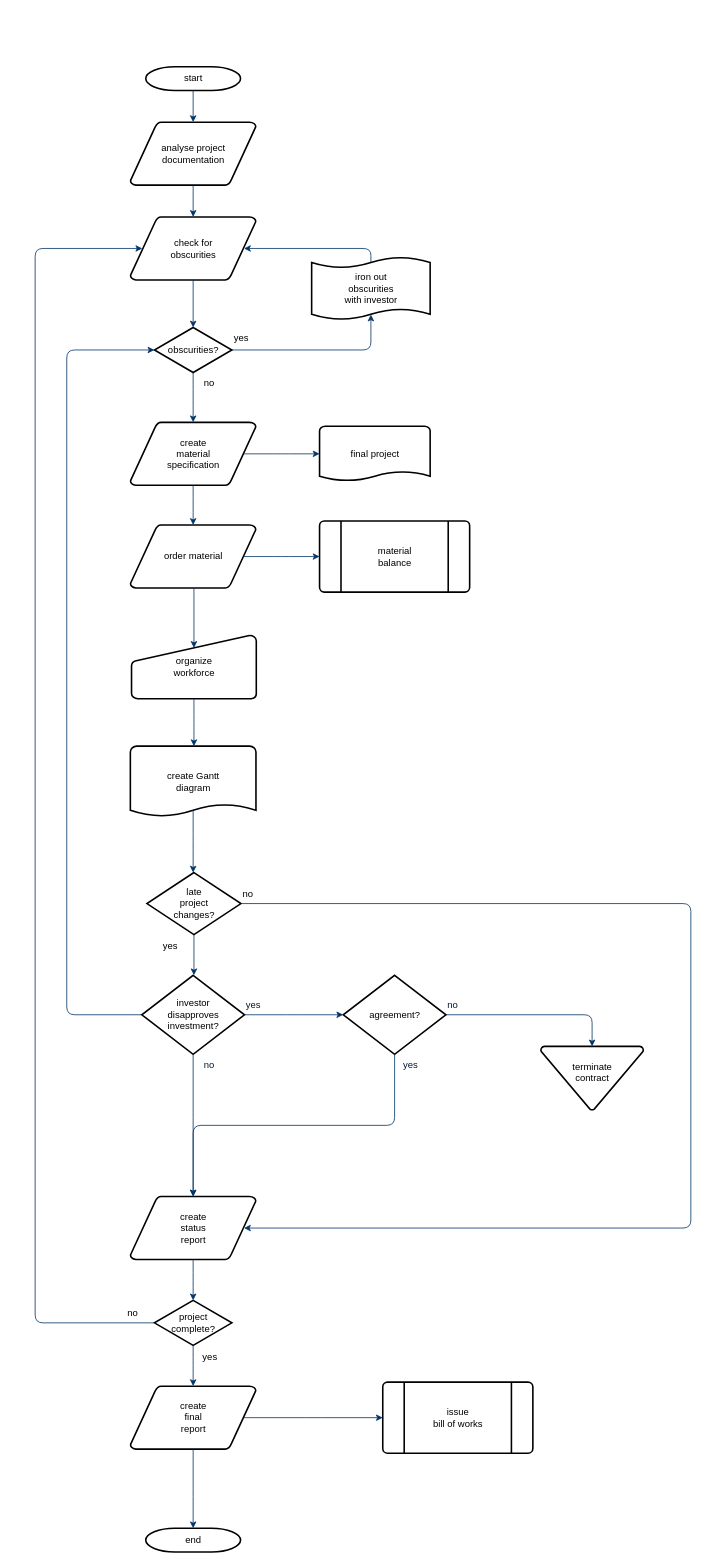
This is Untitled Diagram.drawio from Haein1/cv, a draw.io file, before an edit. Source tidied: cells renumbered, new cells numbered last; positions are measured from the earlier drawing's top-left corner, leaving out a move shared by most shapes. Both pictures are drawn from the tidied source at 79%, with x=0, y=0 at pixel (35, 66).
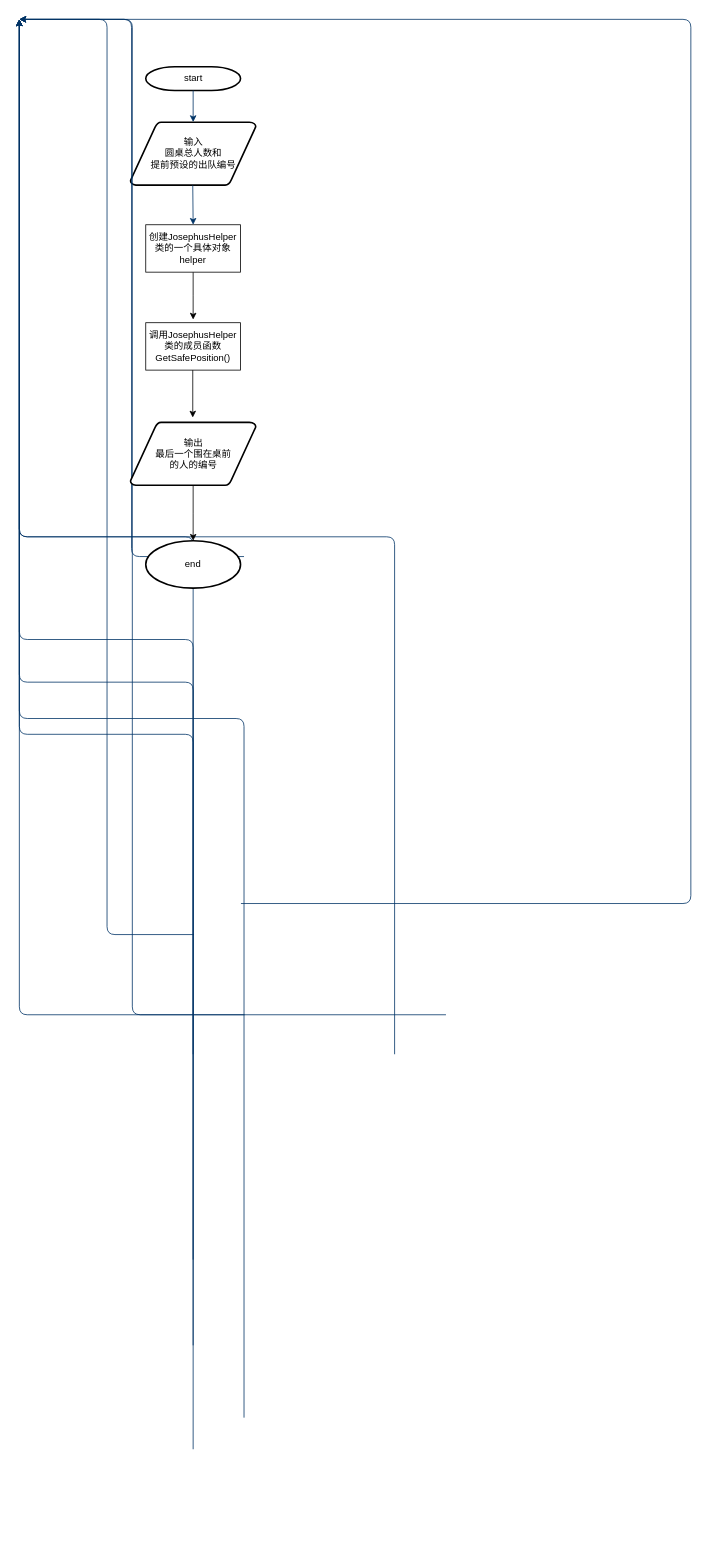
Above is the later version.

What changed in the source:
```diff
@@
-    <mxCell id="3" value="analyse project&#10; documentation" style="shape=mxgraph.flowchart.data;strokeWidth=2;gradientColor=none;gradientDirection=north;fontStyle=0;html=1;" parent="1" vertex="1">
+    <mxCell id="3" value="输入&lt;br&gt;圆桌总人数和&lt;br&gt;提前预设的出队编号" style="shape=mxgraph.flowchart.data;strokeWidth=2;gradientColor=none;gradientDirection=north;fontStyle=0;html=1;" parent="1" vertex="1">
       <mxGeometry x="120.5" y="70" width="159" height="80" as="geometry" />
     </mxCell>
-    <mxCell id="4" value="create&#10;material&#10;specification" style="shape=mxgraph.flowchart.data;strokeWidth=2;gradientColor=none;gradientDirection=north;fontStyle=0;html=1;" parent="1" vertex="1">
-      <mxGeometry x="120.5" y="450" width="159" height="80" as="geometry" />
-    </mxCell>
-    <mxCell id="5" value="check for&#10;obscurities" style="shape=mxgraph.flowchart.data;strokeWidth=2;gradientColor=none;gradientDirection=north;fontStyle=0;html=1;" parent="1" vertex="1">
-      <mxGeometry x="120.5" y="190" width="159" height="80" as="geometry" />
-    </mxCell>
-    <mxCell id="6" value="obscurities?" style="shape=mxgraph.flowchart.decision;strokeWidth=2;gradientColor=none;gradientDirection=north;fontStyle=0;html=1;" parent="1" vertex="1">
-      <mxGeometry x="151" y="330" width="98" height="57" as="geometry" />
-    </mxCell>
@@
-    <mxCell id="8" style="fontStyle=1;strokeColor=#003366;strokeWidth=1;html=1;" parent="1" edge="1" source="3" target="5">
-      <mxGeometry relative="1" as="geometry" />
+    <mxCell id="8" style="fontStyle=1;strokeColor=#003366;strokeWidth=1;html=1;" parent="1" edge="1" source="3">
+      <mxGeometry relative="1" as="geometry">
+        <mxPoint x="200" y="150.5" as="targetPoint" />
+      </mxGeometry>
     </mxCell>
-    <mxCell id="9" style="entryX=0.5;entryY=0;entryPerimeter=0;fontStyle=1;strokeColor=#003366;strokeWidth=1;html=1;" parent="1" edge="1" source="5" target="6">
-      <mxGeometry relative="1" as="geometry" />
-    </mxCell>
-    <mxCell id="10" style="edgeStyle=elbowEdgeStyle;elbow=horizontal;entryX=0.5;entryY=0.91;entryPerimeter=0;exitX=1;exitY=0.5;exitPerimeter=0;fontStyle=1;strokeColor=#003366;strokeWidth=1;html=1;" parent="1" edge="1" source="6" target="51">
-      <mxGeometry x="381" y="28.5" as="geometry">
-        <Array as="points">
-          <mxPoint x="425" y="340" />
-        </Array>
-      </mxGeometry>
-    </mxCell>
-    <mxCell id="11" value="yes" style="text;fontStyle=0;html=1;strokeColor=none;gradientColor=none;fillColor=none;strokeWidth=2;" parent="1" vertex="1">
-      <mxGeometry x="250" y="330" width="40" height="26" as="geometry" />
-    </mxCell>
-    <mxCell id="12" style="edgeStyle=elbowEdgeStyle;elbow=horizontal;fontColor=#001933;fontStyle=1;strokeColor=#003366;strokeWidth=1;html=1;" parent="1" edge="1" source="6" target="4">
-      <mxGeometry as="geometry" />
-    </mxCell>
-    <mxCell id="13" value="order material" style="shape=mxgraph.flowchart.data;strokeWidth=2;gradientColor=none;gradientDirection=north;fontStyle=0;html=1;" parent="1" vertex="1">
-      <mxGeometry x="120.5" y="580" width="159" height="80" as="geometry" />
-    </mxCell>
-    <mxCell id="14" value="no" style="text;fontStyle=0;html=1;strokeColor=none;gradientColor=none;fillColor=none;strokeWidth=2;align=center;" parent="1" vertex="1">
-      <mxGeometry x="200" y="387" width="40" height="26" as="geometry" />
-    </mxCell>
-    <mxCell id="15" value="final project" style="shape=mxgraph.flowchart.document;strokeWidth=2;gradientColor=none;gradientDirection=north;fontStyle=0;html=1;" parent="1" vertex="1">
-      <mxGeometry x="360" y="455" width="140" height="70" as="geometry" />
-    </mxCell>
-    <mxCell id="16" style="edgeStyle=elbowEdgeStyle;elbow=horizontal;exitX=0.905;exitY=0.5;exitPerimeter=0;fontStyle=1;strokeColor=#003366;strokeWidth=1;html=1;" parent="1" edge="1" source="4" target="15">
-      <mxGeometry as="geometry" />
-    </mxCell>
-    <mxCell id="17" style="edgeStyle=elbowEdgeStyle;elbow=horizontal;fontStyle=1;strokeColor=#003366;strokeWidth=1;html=1;" parent="1" edge="1" source="4" target="13">
-      <mxGeometry as="geometry" />
+    <mxCell id="17" style="edgeStyle=elbowEdgeStyle;elbow=horizontal;fontStyle=1;strokeColor=#003366;strokeWidth=1;html=1;" parent="1" edge="1">
+      <mxGeometry x="-0.5" y="-380" as="geometry">
+        <mxPoint x="199.5" y="150" as="sourcePoint" />
+        <mxPoint x="199.5" y="200" as="targetPoint" />
+      </mxGeometry>
     </mxCell>
-    <mxCell id="18" value="material&#10;balance" style="shape=mxgraph.flowchart.predefined_process;strokeWidth=2;gradientColor=none;gradientDirection=north;fontStyle=0;html=1;" parent="1" vertex="1">
-      <mxGeometry x="360" y="575" width="190" height="90" as="geometry" />
-    </mxCell>
-    <mxCell id="19" style="edgeStyle=elbowEdgeStyle;elbow=horizontal;exitX=0.905;exitY=0.5;exitPerimeter=0;fontStyle=1;strokeColor=#003366;strokeWidth=1;html=1;" parent="1" edge="1" source="13" target="18">
-      <mxGeometry as="geometry" />
+    <mxCell id="19" style="edgeStyle=elbowEdgeStyle;elbow=horizontal;exitX=0.905;exitY=0.5;exitPerimeter=0;fontStyle=1;strokeColor=#003366;strokeWidth=1;html=1;" parent="1" edge="1">
+      <mxGeometry as="geometry">
+        <mxPoint x="264.4" y="620" as="sourcePoint" />
+        <mxPoint x="-20" y="-60" as="targetPoint" />
+      </mxGeometry>
     </mxCell>
-    <mxCell id="20" value="organize &#10;workforce" style="shape=mxgraph.flowchart.manual_input;strokeWidth=2;gradientColor=none;gradientDirection=north;fontStyle=0;html=1;" parent="1" vertex="1">
-      <mxGeometry x="122" y="720" width="158" height="80" as="geometry" />
-    </mxCell>
-    <mxCell id="21" style="edgeStyle=elbowEdgeStyle;elbow=horizontal;entryX=0.5;entryY=0.195;entryPerimeter=0;fontStyle=1;strokeColor=#003366;strokeWidth=1;html=1;" parent="1" edge="1" source="13" target="20">
-      <mxGeometry as="geometry" />
-    </mxCell>
-    <mxCell id="22" value="create Gantt&#10;diagram" style="shape=mxgraph.flowchart.document;strokeWidth=2;gradientColor=none;gradientDirection=north;fontStyle=0;html=1;" parent="1" vertex="1">
-      <mxGeometry x="120.5" y="860" width="159" height="90" as="geometry" />
-    </mxCell>
-    <mxCell id="23" style="edgeStyle=elbowEdgeStyle;elbow=horizontal;exitX=0.5;exitY=1;exitPerimeter=0;fontStyle=1;strokeColor=#003366;strokeWidth=1;html=1;" parent="1" edge="1" source="20" target="22">
-      <mxGeometry as="geometry" />
-    </mxCell>
-    <mxCell id="24" value="late&#10;project&#10;changes?" style="shape=mxgraph.flowchart.decision;strokeWidth=2;gradientColor=none;gradientDirection=north;fontStyle=0;html=1;" parent="1" vertex="1">
-      <mxGeometry x="141.5" y="1020" width="119" height="78.5" as="geometry" />
-    </mxCell>
-    <mxCell id="25" style="edgeStyle=elbowEdgeStyle;elbow=horizontal;exitX=0.5;exitY=0.9;exitPerimeter=0;fontStyle=1;strokeColor=#003366;strokeWidth=1;html=1;" parent="1" edge="1" source="22" target="24">
-      <mxGeometry as="geometry" />
-    </mxCell>
-    <mxCell id="26" style="edgeStyle=elbowEdgeStyle;elbow=horizontal;exitX=0;exitY=0.5;exitPerimeter=0;entryX=0;entryY=0.5;entryPerimeter=0;fontStyle=1;strokeColor=#003366;strokeWidth=1;html=1;" parent="1" edge="1" source="28" target="6">
-      <mxGeometry as="geometry">
-        <Array as="points">
-          <mxPoint x="40" y="790" />
-        </Array>
-      </mxGeometry>
-    </mxCell>
-    <mxCell id="27" value="yes" style="text;fontStyle=0;html=1;strokeColor=none;gradientColor=none;fillColor=none;strokeWidth=2;" parent="1" vertex="1">
-      <mxGeometry x="160" y="1098.5" width="40" height="26" as="geometry" />
-    </mxCell>
-    <mxCell id="28" value="investor&#10;disapproves&#10; investment?" style="shape=mxgraph.flowchart.decision;strokeWidth=2;gradientColor=none;gradientDirection=north;fontStyle=0;html=1;" parent="1" vertex="1">
-      <mxGeometry x="135" y="1150" width="130" height="100" as="geometry" />
-    </mxCell>
-    <mxCell id="29" value="agreement?" style="shape=mxgraph.flowchart.decision;strokeWidth=2;gradientColor=none;gradientDirection=north;fontStyle=0;html=1;" parent="1" vertex="1">
-      <mxGeometry x="390" y="1150" width="130" height="100" as="geometry" />
-    </mxCell>
-    <mxCell id="30" style="edgeStyle=elbowEdgeStyle;elbow=horizontal;exitX=0.5;exitY=1;exitPerimeter=0;fontStyle=1;strokeColor=#003366;strokeWidth=1;html=1;" parent="1" edge="1" source="24" target="28">
-      <mxGeometry as="geometry" />
+    <mxCell id="30" style="edgeStyle=elbowEdgeStyle;elbow=horizontal;exitX=0.5;exitY=1;exitPerimeter=0;fontStyle=1;strokeColor=#003366;strokeWidth=1;html=1;" parent="1" edge="1">
+      <mxGeometry as="geometry">
+        <mxPoint x="201" y="1098.5" as="sourcePoint" />
+        <mxPoint x="-20" y="-60" as="targetPoint" />
+      </mxGeometry>
     </mxCell>
-    <mxCell id="31" style="edgeStyle=elbowEdgeStyle;elbow=horizontal;exitX=1;exitY=0.5;exitPerimeter=0;entryX=0;entryY=0.5;entryPerimeter=0;fontStyle=1;strokeColor=#003366;strokeWidth=1;html=1;" parent="1" edge="1" source="28" target="29">
-      <mxGeometry as="geometry" />
+    <mxCell id="31" style="edgeStyle=elbowEdgeStyle;elbow=horizontal;exitX=1;exitY=0.5;exitPerimeter=0;entryX=0;entryY=0.5;entryPerimeter=0;fontStyle=1;strokeColor=#003366;strokeWidth=1;html=1;" parent="1" edge="1">
+      <mxGeometry as="geometry">
+        <mxPoint x="265" y="1200" as="sourcePoint" />
+        <mxPoint x="-20" y="-60" as="targetPoint" />
+      </mxGeometry>
     </mxCell>
-    <mxCell id="32" value="terminate&#10;contract&#10;" style="shape=mxgraph.flowchart.merge_or_storage;strokeWidth=2;gradientColor=none;gradientDirection=north;fontStyle=0;html=1;" parent="1" vertex="1">
-      <mxGeometry x="640" y="1240" width="130" height="80.5" as="geometry" />
-    </mxCell>
-    <mxCell id="33" style="edgeStyle=elbowEdgeStyle;elbow=vertical;exitX=1;exitY=0.5;exitPerimeter=0;entryX=0.5;entryY=0;entryPerimeter=0;fontStyle=1;strokeColor=#003366;strokeWidth=1;html=1;" parent="1" edge="1" source="29" target="32">
+    <mxCell id="33" style="edgeStyle=elbowEdgeStyle;elbow=vertical;exitX=1;exitY=0.5;exitPerimeter=0;entryX=0.5;entryY=0;entryPerimeter=0;fontStyle=1;strokeColor=#003366;strokeWidth=1;html=1;" parent="1" edge="1">
       <mxGeometry as="geometry">
+        <mxPoint x="520" y="1200" as="sourcePoint" />
+        <mxPoint x="-20" y="-60" as="targetPoint" />
         <Array as="points">
           <mxPoint x="620" y="1200" />
         </Array>
       </mxGeometry>
     </mxCell>
-    <mxCell id="34" value="create&#10;status&#10;report" style="shape=mxgraph.flowchart.data;strokeWidth=2;gradientColor=none;gradientDirection=north;fontStyle=0;html=1;" parent="1" vertex="1">
-      <mxGeometry x="120.5" y="1430" width="159" height="80" as="geometry" />
-    </mxCell>
-    <mxCell id="35" style="edgeStyle=elbowEdgeStyle;elbow=vertical;exitX=0.5;exitY=1;exitPerimeter=0;fontColor=#001933;fontStyle=1;strokeColor=#003366;strokeWidth=1;html=1;" parent="1" edge="1" source="28" target="34">
-      <mxGeometry as="geometry" />
+    <mxCell id="35" style="edgeStyle=elbowEdgeStyle;elbow=vertical;exitX=0.5;exitY=1;exitPerimeter=0;fontColor=#001933;fontStyle=1;strokeColor=#003366;strokeWidth=1;html=1;" parent="1" edge="1">
+      <mxGeometry as="geometry">
+        <mxPoint x="200" y="1250" as="sourcePoint" />
+        <mxPoint x="-20" y="-60" as="targetPoint" />
+      </mxGeometry>
     </mxCell>
-    <mxCell id="36" style="edgeStyle=elbowEdgeStyle;elbow=vertical;exitX=0.5;exitY=1;exitPerimeter=0;entryX=0.5;entryY=0;entryPerimeter=0;fontStyle=1;strokeColor=#003366;strokeWidth=1;html=1;" parent="1" edge="1" source="29" target="34">
-      <mxGeometry as="geometry" />
+    <mxCell id="36" style="edgeStyle=elbowEdgeStyle;elbow=vertical;exitX=0.5;exitY=1;exitPerimeter=0;entryX=0.5;entryY=0;entryPerimeter=0;fontStyle=1;strokeColor=#003366;strokeWidth=1;html=1;" parent="1" edge="1">
+      <mxGeometry as="geometry">
+        <mxPoint x="455" y="1250" as="sourcePoint" />
+        <mxPoint x="-20" y="-60" as="targetPoint" />
+      </mxGeometry>
     </mxCell>
-    <mxCell id="37" value="project&#10;complete?" style="shape=mxgraph.flowchart.decision;strokeWidth=2;gradientColor=none;gradientDirection=north;fontStyle=0;html=1;" parent="1" vertex="1">
-      <mxGeometry x="151" y="1561.5" width="98" height="57" as="geometry" />
-    </mxCell>
-    <mxCell id="38" value="create&#10;final&#10;report" style="shape=mxgraph.flowchart.data;strokeWidth=2;gradientColor=none;gradientDirection=north;fontStyle=0;html=1;" parent="1" vertex="1">
-      <mxGeometry x="120.5" y="1670" width="159" height="80" as="geometry" />
-    </mxCell>
-    <mxCell id="39" value="issue&#10;bill of works" style="shape=mxgraph.flowchart.predefined_process;strokeWidth=2;gradientColor=none;gradientDirection=north;fontStyle=0;html=1;" parent="1" vertex="1">
-      <mxGeometry x="440" y="1665" width="190" height="90" as="geometry" />
-    </mxCell>
-    <mxCell id="40" value="end" style="shape=mxgraph.flowchart.terminator;strokeWidth=2;gradientColor=none;gradientDirection=north;fontStyle=0;html=1;" parent="1" vertex="1">
-      <mxGeometry x="140" y="1850" width="120" height="30" as="geometry" />
-    </mxCell>
-    <mxCell id="41" style="edgeStyle=elbowEdgeStyle;elbow=vertical;exitX=0.5;exitY=1;exitPerimeter=0;entryX=0.5;entryY=0;entryPerimeter=0;fontStyle=1;strokeColor=#003366;strokeWidth=1;html=1;" parent="1" edge="1" source="34" target="37">
-      <mxGeometry as="geometry" />
+    <mxCell id="41" style="edgeStyle=elbowEdgeStyle;elbow=vertical;exitX=0.5;exitY=1;exitPerimeter=0;entryX=0.5;entryY=0;entryPerimeter=0;fontStyle=1;strokeColor=#003366;strokeWidth=1;html=1;" parent="1" edge="1">
+      <mxGeometry as="geometry">
+        <mxPoint x="200" y="1510" as="sourcePoint" />
+        <mxPoint x="-20" y="-60" as="targetPoint" />
+      </mxGeometry>
     </mxCell>
-    <mxCell id="42" style="edgeStyle=elbowEdgeStyle;elbow=vertical;exitX=0.5;exitY=1;exitPerimeter=0;entryX=0.5;entryY=0;entryPerimeter=0;fontStyle=1;strokeColor=#003366;strokeWidth=1;html=1;" parent="1" edge="1" source="37" target="38">
-      <mxGeometry as="geometry" />
+    <mxCell id="42" style="edgeStyle=elbowEdgeStyle;elbow=vertical;exitX=0.5;exitY=1;exitPerimeter=0;entryX=0.5;entryY=0;entryPerimeter=0;fontStyle=1;strokeColor=#003366;strokeWidth=1;html=1;" parent="1" edge="1">
+      <mxGeometry as="geometry">
+        <mxPoint x="200" y="1618.5" as="sourcePoint" />
+        <mxPoint x="-20" y="-60" as="targetPoint" />
+      </mxGeometry>
     </mxCell>
-    <mxCell id="43" style="edgeStyle=elbowEdgeStyle;elbow=vertical;exitX=0.5;exitY=1;exitPerimeter=0;entryX=0.5;entryY=0;entryPerimeter=0;fontStyle=1;strokeColor=#003366;strokeWidth=1;html=1;" parent="1" edge="1" source="38" target="40">
-      <mxGeometry as="geometry" />
+    <mxCell id="43" style="edgeStyle=elbowEdgeStyle;elbow=vertical;exitX=0.5;exitY=1;exitPerimeter=0;entryX=0.5;entryY=0;entryPerimeter=0;fontStyle=1;strokeColor=#003366;strokeWidth=1;html=1;" parent="1" edge="1">
+      <mxGeometry as="geometry">
+        <mxPoint x="200" y="1750" as="sourcePoint" />
+        <mxPoint x="-20" y="-60" as="targetPoint" />
+      </mxGeometry>
     </mxCell>
-    <mxCell id="44" style="edgeStyle=elbowEdgeStyle;elbow=vertical;exitX=0.905;exitY=0.5;exitPerimeter=0;entryX=0;entryY=0.5;entryPerimeter=0;fontStyle=1;strokeColor=#003366;strokeWidth=1;html=1;" parent="1" edge="1" source="38" target="39">
-      <mxGeometry as="geometry" />
+    <mxCell id="44" style="edgeStyle=elbowEdgeStyle;elbow=vertical;exitX=0.905;exitY=0.5;exitPerimeter=0;entryX=0;entryY=0.5;entryPerimeter=0;fontStyle=1;strokeColor=#003366;strokeWidth=1;html=1;" parent="1" edge="1">
+      <mxGeometry as="geometry">
+        <mxPoint x="264.4" y="1710" as="sourcePoint" />
+        <mxPoint x="-20" y="-60" as="targetPoint" />
+      </mxGeometry>
     </mxCell>
-    <mxCell id="45" style="edgeStyle=elbowEdgeStyle;elbow=horizontal;exitX=1;exitY=0.5;exitPerimeter=0;entryX=0.905;entryY=0.5;entryPerimeter=0;fontStyle=1;strokeColor=#003366;strokeWidth=1;html=1;" parent="1" edge="1" source="24" target="34">
+    <mxCell id="45" style="edgeStyle=elbowEdgeStyle;elbow=horizontal;exitX=1;exitY=0.5;exitPerimeter=0;entryX=0.905;entryY=0.5;entryPerimeter=0;fontStyle=1;strokeColor=#003366;strokeWidth=1;html=1;" parent="1" edge="1">
       <mxGeometry as="geometry">
+        <mxPoint x="260.5" y="1059.2" as="sourcePoint" />
+        <mxPoint x="-20" y="-60" as="targetPoint" />
         <Array as="points">
           <mxPoint x="830" y="1260" />
         </Array>
       </mxGeometry>
     </mxCell>
-    <mxCell id="46" value="no" style="text;fontStyle=0;html=1;strokeColor=none;gradientColor=none;fillColor=none;strokeWidth=2;" parent="1" vertex="1">
-      <mxGeometry x="260.5" y="1033.2" width="40" height="26" as="geometry" />
-    </mxCell>
-    <mxCell id="47" value="yes" style="text;fontColor=#001933;fontStyle=0;html=1;strokeColor=none;gradientColor=none;fillColor=none;strokeWidth=2;" parent="1" vertex="1">
-      <mxGeometry x="265" y="1174" width="40" height="26" as="geometry" />
-    </mxCell>
-    <mxCell id="48" value="no" style="text;fontColor=#001933;fontStyle=0;html=1;strokeColor=none;gradientColor=none;fillColor=none;strokeWidth=2;align=center;" parent="1" vertex="1">
-      <mxGeometry x="200" y="1250" width="40" height="26" as="geometry" />
-    </mxCell>
-    <mxCell id="49" value="yes" style="text;fontColor=#001933;fontStyle=0;html=1;strokeColor=none;gradientColor=none;fillColor=none;strokeWidth=2;align=center;" parent="1" vertex="1">
-      <mxGeometry x="455" y="1250" width="40" height="26" as="geometry" />
-    </mxCell>
-    <mxCell id="50" value="no" style="text;fontColor=#001933;fontStyle=0;html=1;strokeColor=none;gradientColor=none;fillColor=none;strokeWidth=2;" parent="1" vertex="1">
-      <mxGeometry x="520" y="1174" width="40" height="26" as="geometry" />
-    </mxCell>
-    <mxCell id="51" value="iron out&#10;obscurities &#10;with investor" style="shape=mxgraph.flowchart.paper_tape;strokeWidth=2;gradientColor=none;gradientDirection=north;fontStyle=0;html=1;" parent="1" vertex="1">
-      <mxGeometry x="350" y="240" width="150" height="81" as="geometry" />
-    </mxCell>
-    <mxCell id="52" style="edgeStyle=elbowEdgeStyle;elbow=horizontal;exitX=0.5;exitY=0.09;exitPerimeter=0;entryX=0.905;entryY=0.5;entryPerimeter=0;fontStyle=1;strokeColor=#003366;strokeWidth=1;html=1;" parent="1" edge="1" source="51" target="5">
-      <mxGeometry as="geometry">
-        <Array as="points">
-          <mxPoint x="425" y="240" />
-        </Array>
-      </mxGeometry>
-    </mxCell>
-    <mxCell id="53" value="yes" style="text;fontStyle=0;html=1;strokeColor=none;gradientColor=none;fillColor=none;strokeWidth=2;align=center;" parent="1" vertex="1">
-      <mxGeometry x="201" y="1620" width="40" height="26" as="geometry" />
-    </mxCell>
-    <mxCell id="54" style="edgeStyle=elbowEdgeStyle;elbow=horizontal;exitX=0;exitY=0.5;exitPerimeter=0;entryX=0.095;entryY=0.5;entryPerimeter=0;fontStyle=1;strokeColor=#003366;strokeWidth=1;html=1;" parent="1" edge="1" source="37" target="5">
-      <mxGeometry as="geometry">
-        <Array as="points">
-          <mxPoint y="910" />
-        </Array>
-      </mxGeometry>
-    </mxCell>
-    <mxCell id="55" value="no" style="text;fontStyle=0;html=1;strokeColor=none;gradientColor=none;fillColor=none;strokeWidth=2;" parent="1" vertex="1">
-      <mxGeometry x="115" y="1564" width="40" height="26" as="geometry" />
-    </mxCell>
+    <mxCell id="56" style="edgeStyle=orthogonalEdgeStyle;rounded=0;jettySize=auto;html=1;" parent="1" edge="1" source="57">
+      <mxGeometry relative="1" as="geometry">
+        <mxPoint x="200" y="320" as="targetPoint" />
+      </mxGeometry>
+    </mxCell>
+    <mxCell id="57" value="创建JosephusHelper类的一个具体对象helper" style="rounded=0;whiteSpace=wrap;html=1;" parent="1" vertex="1">
+      <mxGeometry x="140" y="200" width="120" height="60" as="geometry" />
+    </mxCell>
+    <mxCell id="58" value="调用JosephusHelper类的成员函数GetSafePosition()" style="rounded=0;whiteSpace=wrap;html=1;" parent="1" vertex="1">
+      <mxGeometry x="140" y="324" width="120" height="60" as="geometry" />
+    </mxCell>
+    <mxCell id="59" style="edgeStyle=orthogonalEdgeStyle;rounded=0;orthogonalLoop=1;jettySize=auto;html=1;" parent="1" edge="1">
+      <mxGeometry relative="1" as="geometry">
+        <mxPoint x="199.5" y="384" as="sourcePoint" />
+        <mxPoint x="199.5" y="444" as="targetPoint" />
+      </mxGeometry>
+    </mxCell>
+    <mxCell id="60" style="edgeStyle=orthogonalEdgeStyle;rounded=0;jettySize=auto;html=1;" parent="1" edge="1" source="61">
+      <mxGeometry relative="1" as="geometry">
+        <mxPoint x="200" y="600" as="targetPoint" />
+      </mxGeometry>
+    </mxCell>
+    <mxCell id="61" value="输出&lt;br&gt;最后一个围在桌前&lt;br&gt;的人的编号" style="shape=mxgraph.flowchart.data;strokeWidth=2;gradientColor=none;gradientDirection=north;fontStyle=0;html=1;" parent="1" vertex="1">
+      <mxGeometry x="120.5" y="450" width="159" height="80" as="geometry" />
+    </mxCell>
+    <mxCell id="40" value="end" style="ellipse;whiteSpace=wrap;html=1;strokeWidth=2;gradientColor=none;gradientDirection=north;fontStyle=0;" parent="1" vertex="1">
+      <mxGeometry x="140" y="600" width="120" height="60" as="geometry" />
+    </mxCell>
```
